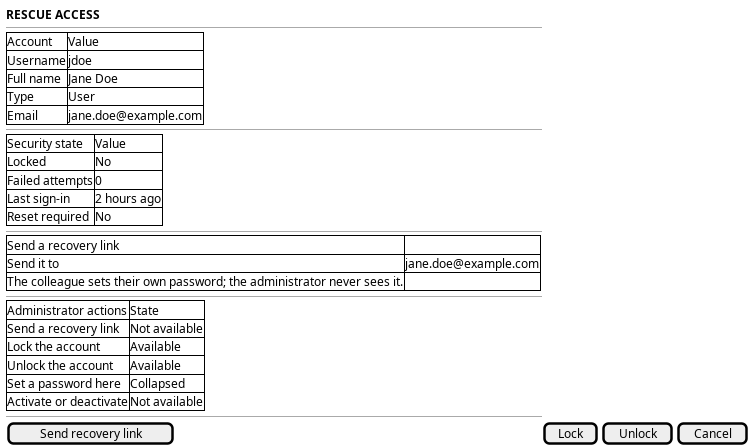
This is doc/knowledge/journeys/credentials/wireframe_rescue_access.png from OreStudio/OreStudio, a PlantUML export, as it was before one commit. Its source is kept beside it as doc/knowledge/journeys/credentials/wireframe_rescue_access.puml.
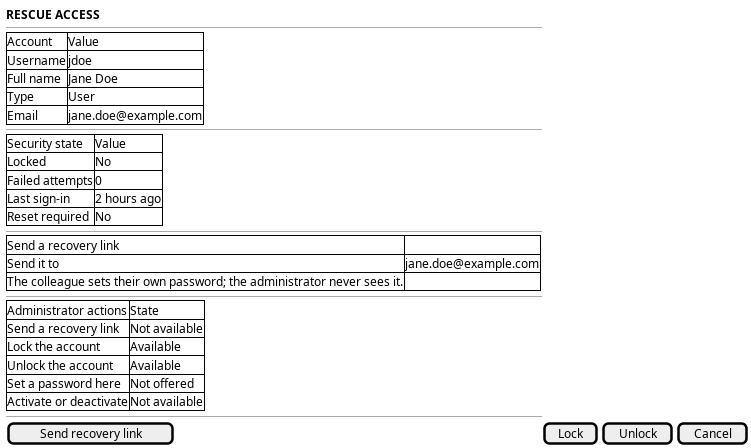
After the commit.

Change to the diagram source:
```diff
@@ -31,7 +31,7 @@
     Send a recovery link       | Not available
     Lock the account           | Available
     Unlock the account         | Available
-    Set a password here        | Collapsed
+    Set a password here        | Not offered
     Activate or deactivate     | Not available
   }
   --
```
